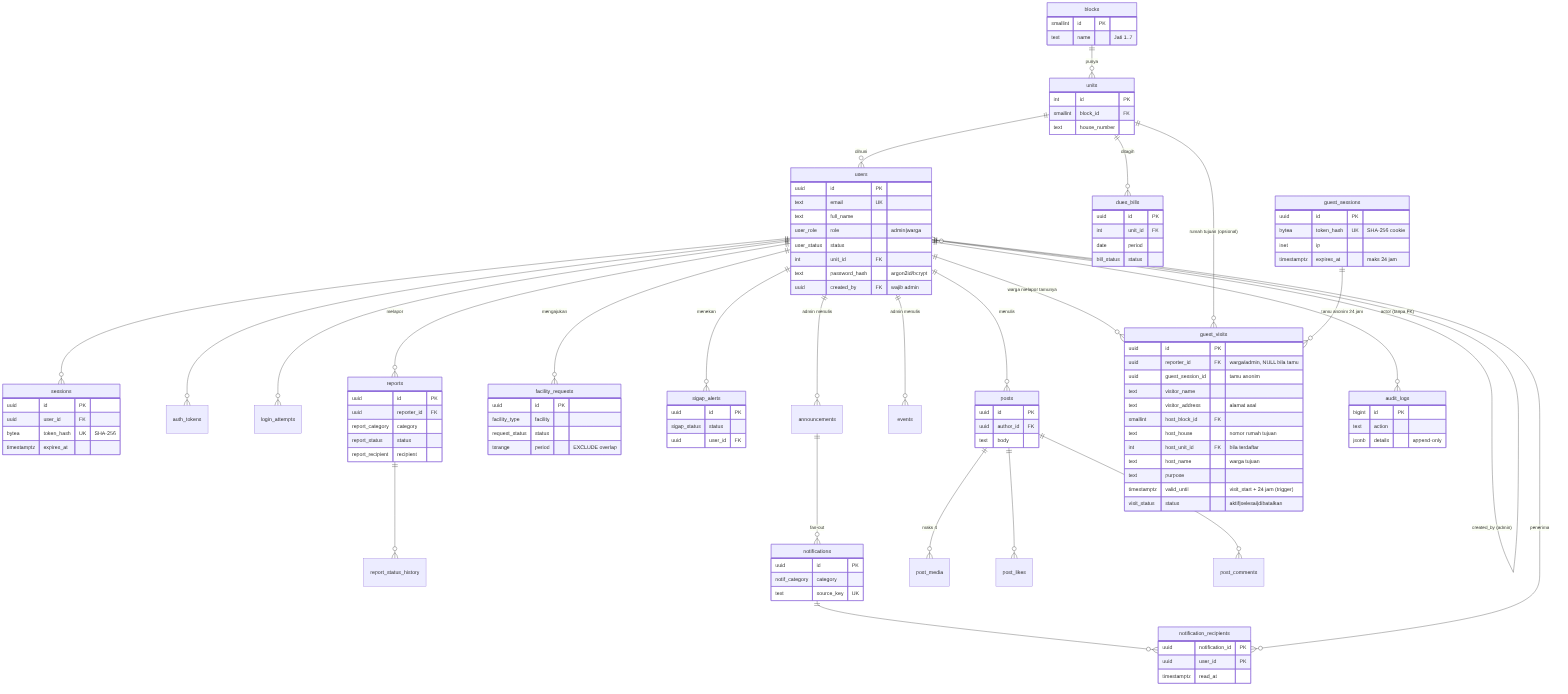
Above: complex_db_DRAFT/docs/erd.png in ardanpy/COMPLEX-WEB---Proyek-TI (Mermaid), before the change. Its source is kept beside it as complex_db_DRAFT/docs/erd.mmd.
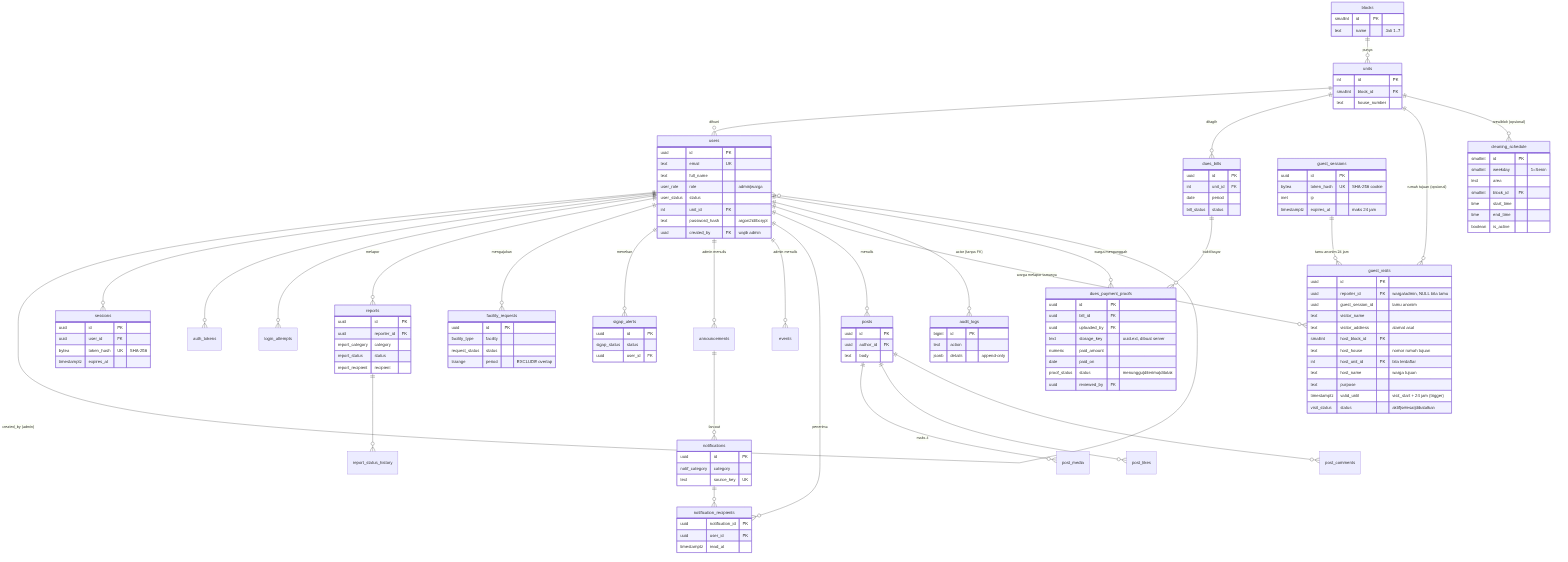
Above is the later version.

Diff of the diagram source:
```diff
@@ -76,6 +76,26 @@
     inet ip
     timestamptz expires_at "maks 24 jam"
   }
+  units ||--o{ cleaning_schedule : "area/blok (opsional)"
+  dues_bills ||--o{ dues_payment_proofs : "bukti bayar"
+  users ||--o{ dues_payment_proofs : "warga mengunggah"
+  cleaning_schedule { smallint id PK
+    smallint weekday "1=Senin"
+    text area
+    smallint block_id FK
+    time start_time
+    time end_time
+    boolean is_active
+  }
+  dues_payment_proofs { uuid id PK
+    uuid bill_id FK
+    uuid uploaded_by FK
+    text storage_key "uuid.ext, dibuat server"
+    numeric paid_amount
+    date paid_on
+    proof_status status "menunggu|diterima|ditolak"
+    uuid reviewed_by FK
+  }
   guest_visits { uuid id PK
     uuid reporter_id FK "warga/admin, NULL bila tamu"
     uuid guest_session_id "tamu anonim"
```
